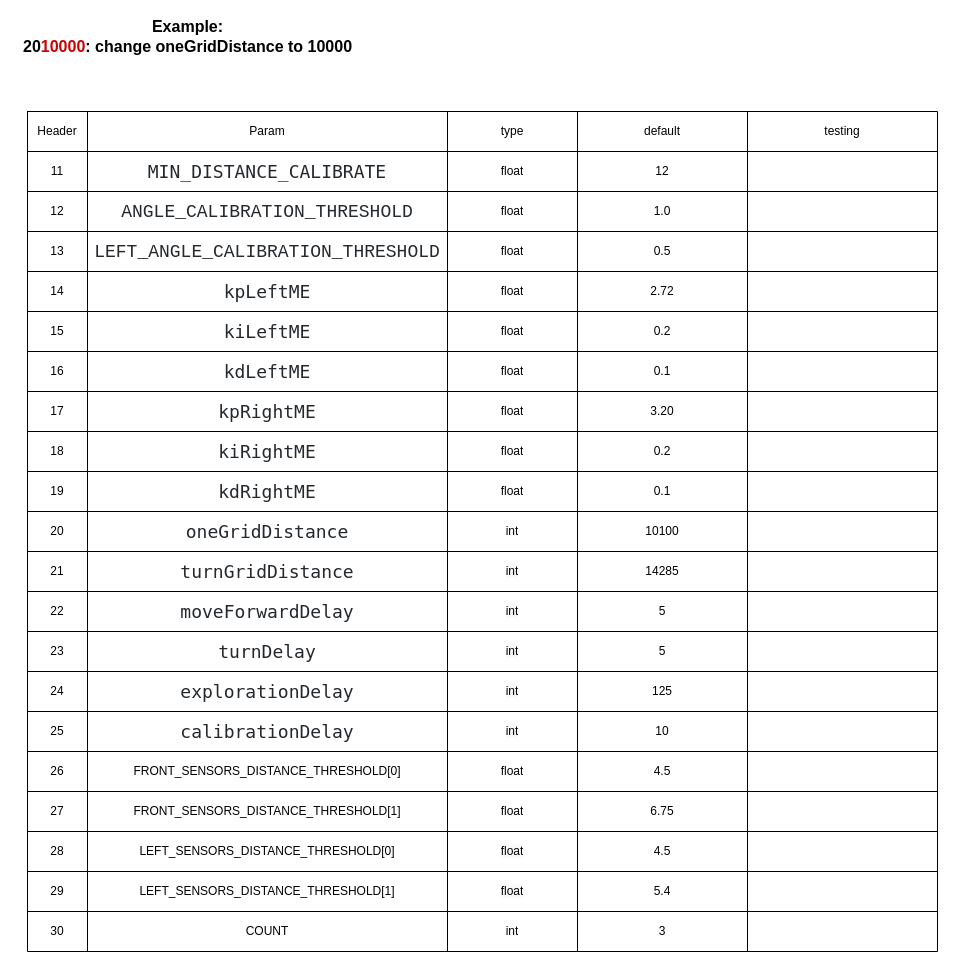
yewhengg/CZ3004-MDP-Arduino keeps this draw.io diagram as doc/Testing_Headers.drawio. Above is the earlier version. Source tidied: cells renumbered, new cells numbered last; positions are measured from the earlier drawing's top-left corner, leaving out a move shared by most shapes. Both pictures are drawn from the tidied source at 100%, with x=0, y=0 at pixel (17, 21).
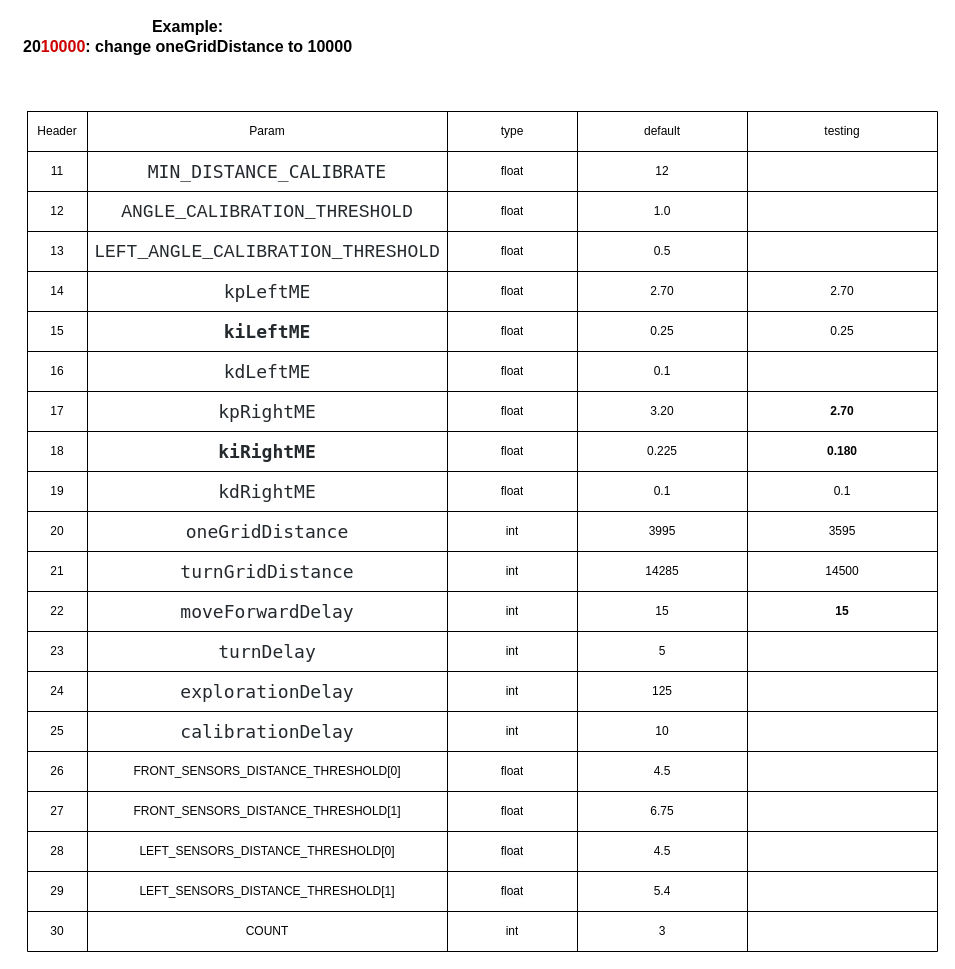
The same page after the edit.

Unchanged cells that the change refers to:
```xml
<mxCell id="27" style="shape=partialRectangle;html=1;whiteSpace=wrap;fillColor=none;top=0;left=0;bottom=0;right=0;" parent="2" vertex="1">
  <mxGeometry y="160" width="910" height="40" as="geometry" />
</mxCell>
<mxCell id="33" style="shape=partialRectangle;html=1;whiteSpace=wrap;fillColor=none;top=0;left=0;bottom=0;right=0;" parent="2" vertex="1">
  <mxGeometry y="200" width="910" height="40" as="geometry" />
</mxCell>
<mxCell id="45" style="shape=partialRectangle;html=1;whiteSpace=wrap;fillColor=none;top=0;left=0;bottom=0;right=0;" parent="2" vertex="1">
  <mxGeometry y="280" width="910" height="40" as="geometry" />
</mxCell>
<mxCell id="51" style="shape=partialRectangle;html=1;whiteSpace=wrap;fillColor=none;top=0;left=0;bottom=0;right=0;" parent="2" vertex="1">
  <mxGeometry y="320" width="910" height="40" as="geometry" />
</mxCell>
<mxCell id="57" style="shape=partialRectangle;html=1;whiteSpace=wrap;fillColor=none;top=0;left=0;bottom=0;right=0;" parent="2" vertex="1">
  <mxGeometry y="360" width="910" height="40" as="geometry" />
</mxCell>
<mxCell id="63" style="shape=partialRectangle;html=1;whiteSpace=wrap;fillColor=none;top=0;left=0;bottom=0;right=0;" parent="2" vertex="1">
  <mxGeometry y="400" width="910" height="40" as="geometry" />
</mxCell>
<mxCell id="69" style="shape=partialRectangle;html=1;whiteSpace=wrap;fillColor=none;top=0;left=0;bottom=0;right=0;" parent="2" vertex="1">
  <mxGeometry y="440" width="910" height="40" as="geometry" />
</mxCell>
<mxCell id="75" style="shape=partialRectangle;html=1;whiteSpace=wrap;fillColor=none;top=0;left=0;bottom=0;right=0;" parent="2" vertex="1">
  <mxGeometry y="480" width="910" height="40" as="geometry" />
</mxCell>
```

Diff of the diagram source:
```diff
@@
-    <mxCell id="31" value="2.72" style="shape=partialRectangle;html=1;whiteSpace=wrap;overflow=hidden;fillColor=none;top=0;left=0;bottom=0;right=0;" parent="27" vertex="1">
+    <mxCell id="31" value="2.70" style="shape=partialRectangle;html=1;whiteSpace=wrap;overflow=hidden;fillColor=none;top=0;left=0;bottom=0;right=0;" parent="27" vertex="1">
       <mxGeometry x="550" width="170" height="40" as="geometry" />
     </mxCell>
-    <mxCell id="32" style="shape=partialRectangle;html=1;whiteSpace=wrap;overflow=hidden;fillColor=none;top=0;left=0;bottom=0;right=0;" parent="27" vertex="1">
+    <mxCell id="32" value="2.70" style="shape=partialRectangle;html=1;whiteSpace=wrap;overflow=hidden;fillColor=none;top=0;left=0;bottom=0;right=0;" parent="27" vertex="1">
       <mxGeometry x="720" width="190" height="40" as="geometry" />
     </mxCell>
@@
-    <mxCell id="35" value="&lt;div style=&quot;color: rgb(36 , 41 , 46) ; background-color: rgb(255 , 255 , 255) ; font-family: &amp;#34;menlo&amp;#34; , &amp;#34;monaco&amp;#34; , &amp;#34;courier new&amp;#34; , monospace ; font-size: 18px ; line-height: 27px&quot;&gt;kiLeftME&lt;/div&gt;" style="shape=partialRectangle;html=1;whiteSpace=wrap;overflow=hidden;fillColor=none;top=0;left=0;bottom=0;right=0;" parent="33" vertex="1">
+    <mxCell id="35" value="&lt;div style=&quot;color: rgb(36 , 41 , 46) ; background-color: rgb(255 , 255 , 255) ; font-family: &amp;#34;menlo&amp;#34; , &amp;#34;monaco&amp;#34; , &amp;#34;courier new&amp;#34; , monospace ; font-size: 18px ; line-height: 27px&quot;&gt;&lt;b&gt;kiLeftME&lt;/b&gt;&lt;/div&gt;" style="shape=partialRectangle;html=1;whiteSpace=wrap;overflow=hidden;fillColor=none;top=0;left=0;bottom=0;right=0;" parent="33" vertex="1">
       <mxGeometry x="60" width="360" height="40" as="geometry" />
     </mxCell>
@@
-    <mxCell id="37" value="0.2" style="shape=partialRectangle;html=1;whiteSpace=wrap;overflow=hidden;fillColor=none;top=0;left=0;bottom=0;right=0;" parent="33" vertex="1">
+    <mxCell id="37" value="0.25" style="shape=partialRectangle;html=1;whiteSpace=wrap;overflow=hidden;fillColor=none;top=0;left=0;bottom=0;right=0;" parent="33" vertex="1">
       <mxGeometry x="550" width="170" height="40" as="geometry" />
     </mxCell>
-    <mxCell id="38" style="shape=partialRectangle;html=1;whiteSpace=wrap;overflow=hidden;fillColor=none;top=0;left=0;bottom=0;right=0;" parent="33" vertex="1">
+    <mxCell id="38" value="0.25" style="shape=partialRectangle;html=1;whiteSpace=wrap;overflow=hidden;fillColor=none;top=0;left=0;bottom=0;right=0;" parent="33" vertex="1">
       <mxGeometry x="720" width="190" height="40" as="geometry" />
     </mxCell>
@@
-    <mxCell id="50" style="shape=partialRectangle;html=1;whiteSpace=wrap;overflow=hidden;fillColor=none;top=0;left=0;bottom=0;right=0;" parent="45" vertex="1">
+    <mxCell id="50" value="&lt;b&gt;2.70&lt;/b&gt;" style="shape=partialRectangle;html=1;whiteSpace=wrap;overflow=hidden;fillColor=none;top=0;left=0;bottom=0;right=0;" parent="45" vertex="1">
       <mxGeometry x="720" width="190" height="40" as="geometry" />
     </mxCell>
@@
-    <mxCell id="53" value="&lt;div style=&quot;color: rgb(36 , 41 , 46) ; background-color: rgb(255 , 255 , 255) ; font-family: &amp;#34;menlo&amp;#34; , &amp;#34;monaco&amp;#34; , &amp;#34;courier new&amp;#34; , monospace ; font-size: 18px ; line-height: 27px&quot;&gt;kiRightME&lt;/div&gt;" style="shape=partialRectangle;html=1;whiteSpace=wrap;overflow=hidden;fillColor=none;top=0;left=0;bottom=0;right=0;" parent="51" vertex="1">
+    <mxCell id="53" value="&lt;div style=&quot;color: rgb(36 , 41 , 46) ; background-color: rgb(255 , 255 , 255) ; font-family: &amp;#34;menlo&amp;#34; , &amp;#34;monaco&amp;#34; , &amp;#34;courier new&amp;#34; , monospace ; font-size: 18px ; line-height: 27px&quot;&gt;&lt;b&gt;kiRightME&lt;/b&gt;&lt;/div&gt;" style="shape=partialRectangle;html=1;whiteSpace=wrap;overflow=hidden;fillColor=none;top=0;left=0;bottom=0;right=0;" parent="51" vertex="1">
       <mxGeometry x="60" width="360" height="40" as="geometry" />
     </mxCell>
@@
-    <mxCell id="55" value="0.2" style="shape=partialRectangle;html=1;whiteSpace=wrap;overflow=hidden;fillColor=none;top=0;left=0;bottom=0;right=0;" parent="51" vertex="1">
+    <mxCell id="55" value="0.225" style="shape=partialRectangle;html=1;whiteSpace=wrap;overflow=hidden;fillColor=none;top=0;left=0;bottom=0;right=0;" parent="51" vertex="1">
       <mxGeometry x="550" width="170" height="40" as="geometry" />
     </mxCell>
-    <mxCell id="56" style="shape=partialRectangle;html=1;whiteSpace=wrap;overflow=hidden;fillColor=none;top=0;left=0;bottom=0;right=0;" parent="51" vertex="1">
+    <mxCell id="56" value="&lt;b&gt;0.180&lt;/b&gt;" style="shape=partialRectangle;html=1;whiteSpace=wrap;overflow=hidden;fillColor=none;top=0;left=0;bottom=0;right=0;" parent="51" vertex="1">
       <mxGeometry x="720" width="190" height="40" as="geometry" />
     </mxCell>
@@
-    <mxCell id="62" style="shape=partialRectangle;html=1;whiteSpace=wrap;overflow=hidden;fillColor=none;top=0;left=0;bottom=0;right=0;" parent="57" vertex="1">
+    <mxCell id="62" value="0.1" style="shape=partialRectangle;html=1;whiteSpace=wrap;overflow=hidden;fillColor=none;top=0;left=0;bottom=0;right=0;" parent="57" vertex="1">
       <mxGeometry x="720" width="190" height="40" as="geometry" />
     </mxCell>
@@
-    <mxCell id="67" value="10100" style="shape=partialRectangle;html=1;whiteSpace=wrap;overflow=hidden;fillColor=none;top=0;left=0;bottom=0;right=0;" parent="63" vertex="1">
+    <mxCell id="67" value="3995" style="shape=partialRectangle;html=1;whiteSpace=wrap;overflow=hidden;fillColor=none;top=0;left=0;bottom=0;right=0;" parent="63" vertex="1">
       <mxGeometry x="550" width="170" height="40" as="geometry" />
     </mxCell>
-    <mxCell id="68" style="shape=partialRectangle;html=1;whiteSpace=wrap;overflow=hidden;fillColor=none;top=0;left=0;bottom=0;right=0;" parent="63" vertex="1">
+    <mxCell id="68" value="3595" style="shape=partialRectangle;html=1;whiteSpace=wrap;overflow=hidden;fillColor=none;top=0;left=0;bottom=0;right=0;" parent="63" vertex="1">
       <mxGeometry x="720" width="190" height="40" as="geometry" />
     </mxCell>
@@
-    <mxCell id="74" style="shape=partialRectangle;html=1;whiteSpace=wrap;overflow=hidden;fillColor=none;top=0;left=0;bottom=0;right=0;" parent="69" vertex="1">
+    <mxCell id="74" value="14500" style="shape=partialRectangle;html=1;whiteSpace=wrap;overflow=hidden;fillColor=none;top=0;left=0;bottom=0;right=0;" parent="69" vertex="1">
       <mxGeometry x="720" width="190" height="40" as="geometry" />
     </mxCell>
@@
-    <mxCell id="79" value="5" style="shape=partialRectangle;html=1;whiteSpace=wrap;overflow=hidden;fillColor=none;top=0;left=0;bottom=0;right=0;" parent="75" vertex="1">
+    <mxCell id="79" value="15" style="shape=partialRectangle;html=1;whiteSpace=wrap;overflow=hidden;fillColor=none;top=0;left=0;bottom=0;right=0;" parent="75" vertex="1">
       <mxGeometry x="550" width="170" height="40" as="geometry" />
     </mxCell>
-    <mxCell id="80" style="shape=partialRectangle;html=1;whiteSpace=wrap;overflow=hidden;fillColor=none;top=0;left=0;bottom=0;right=0;" parent="75" vertex="1">
+    <mxCell id="80" value="&lt;b&gt;15&lt;/b&gt;" style="shape=partialRectangle;html=1;whiteSpace=wrap;overflow=hidden;fillColor=none;top=0;left=0;bottom=0;right=0;" parent="75" vertex="1">
       <mxGeometry x="720" width="190" height="40" as="geometry" />
     </mxCell>
```
